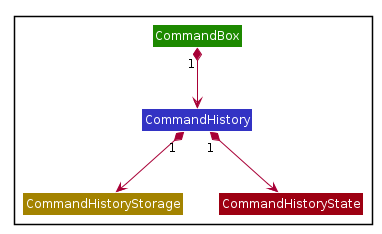
AY1920S2-CS2103T-F11-2/main keeps this PlantUML diagram as images/CommandHistoryClassDiagram.png. Above is the earlier version. Its diagram source:
```plantuml
@startuml








skinparam BackgroundColor #FFFFFFF

skinparam Shadowing false

skinparam Class {
    FontColor #FFFFFF
    BorderThickness 1
    BorderColor #FFFFFF
    StereotypeFontColor #FFFFFF
    FontName Arial
}

skinparam Actor {
    BorderColor #000000
    Color #000000
    FontName Arial
}

skinparam Sequence {
    MessageAlign center
    BoxFontSize 15
    BoxPadding 0
    BoxFontColor #FFFFFF
    FontName Arial
}

skinparam Participant {
    FontColor #FFFFFFF
    Padding 20
}

skinparam MinClassWidth 50
skinparam ParticipantPadding 10
skinparam Shadowing false
skinparam DefaultTextAlignment center
skinparam packageStyle Rectangle

hide footbox
hide members
hide circle

Package {
    Class CommandBox #1D8900
    Class CommandHistory #3333C4
    Class CommandHistoryStorage #A38300
    Class CommandHistoryState #9D0012
}

CommandBox "1" *--> CommandHistory
CommandHistory "1" *--> CommandHistoryStorage
CommandHistory "1" *--> CommandHistoryState

@enduml
```
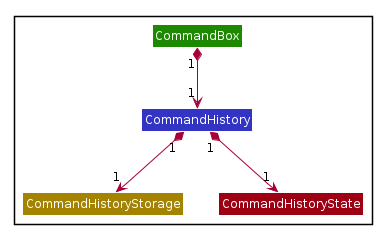
After the commit.

The edit, as a diff of the source:
```diff
@@ -55,8 +55,8 @@
     Class CommandHistoryState #9D0012
 }
 
-CommandBox "1" *--> CommandHistory
-CommandHistory "1" *--> CommandHistoryStorage
-CommandHistory "1" *--> CommandHistoryState
+CommandBox "1" *--> "1" CommandHistory
+CommandHistory "1" *--> "1" CommandHistoryStorage
+CommandHistory "1" *--> "1" CommandHistoryState
 
 @enduml
```
